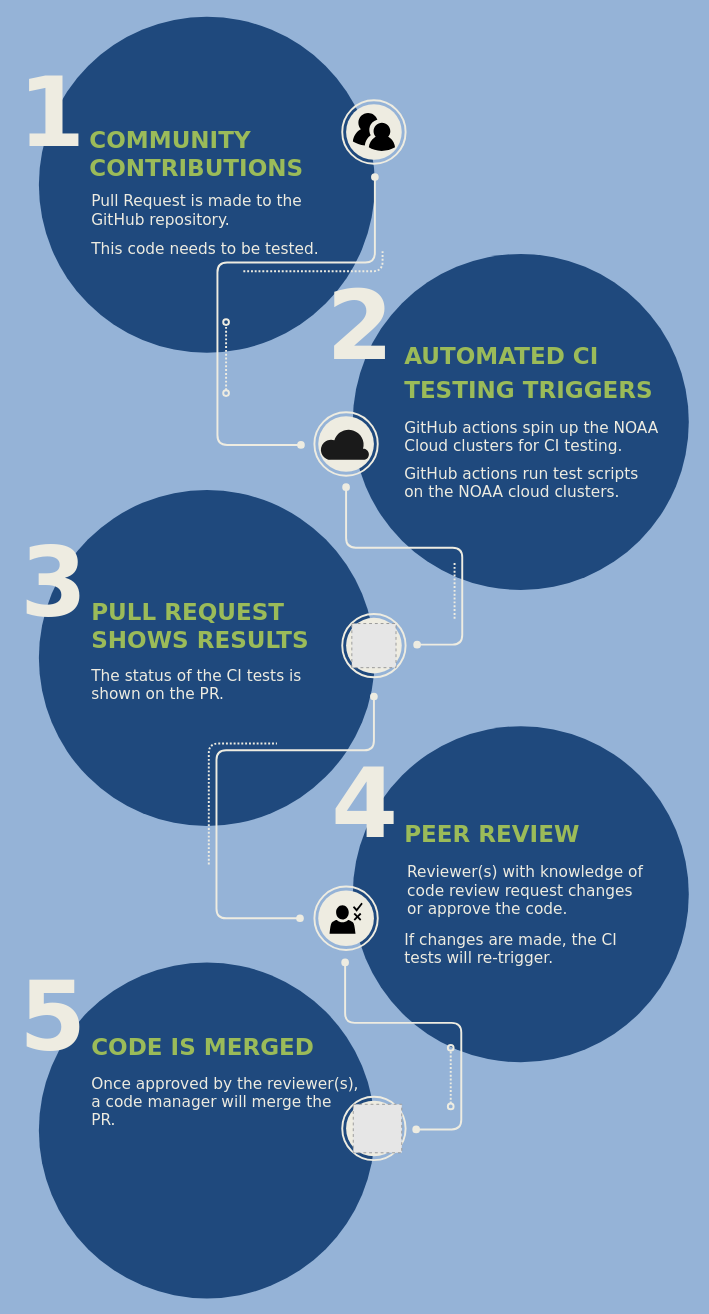
Earlier version of the draw.io diagram Flowchart1AGU22.drawio (laurenchilutti/draw_io). Source tidied: cells renumbered, new cells numbered last; positions are measured from the earlier drawing's top-left corner, leaving out a move shared by most shapes. Both pictures are drawn from the tidied source at 96%, with x=0, y=0 at pixel (16, 16). Pictures stored in the file or linked from it are replaced by grey dashed boxes.
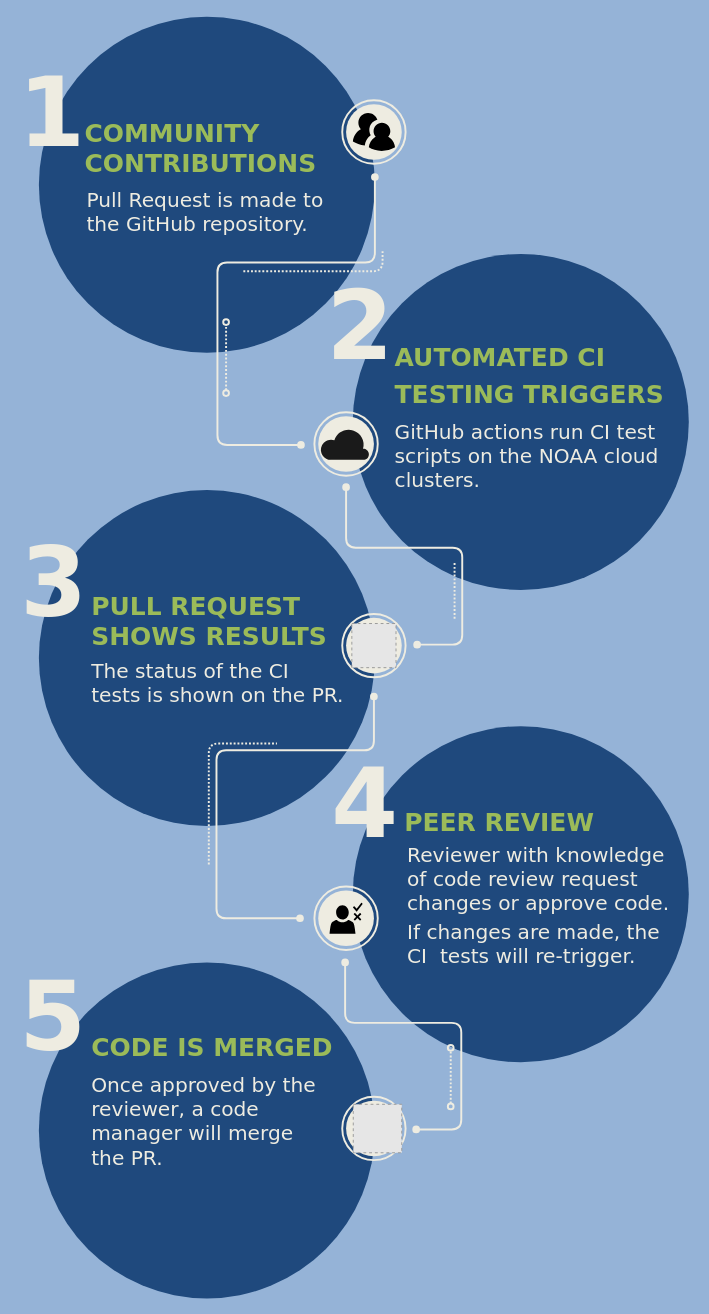
Above is the later version.

Diff of the diagram source:
```diff
@@
-    <mxCell id="7" value="COMMUNITY &lt;br&gt;CONTRIBUTIONS" style="text;align=left;verticalAlign=top;spacingTop=-4;fontSize=24;fontFamily=Verdana;fontColor=#9BBB59;fontStyle=1;html=1;overflow=fill;strokeOpacity=100;" parent="1" vertex="1">
-      <mxGeometry x="76" y="115" width="250" height="70" as="geometry" />
+    <mxCell id="7" value="&lt;font style=&quot;font-size: 26px;&quot;&gt;COMMUNITY &lt;br&gt;CONTRIBUTIONS&lt;/font&gt;" style="text;align=left;verticalAlign=top;spacingTop=-4;fontSize=24;fontFamily=Verdana;fontColor=#9BBB59;fontStyle=1;html=1;overflow=fill;strokeOpacity=100;" parent="1" vertex="1">
+      <mxGeometry x="71" y="107" width="270" height="70" as="geometry" />
     </mxCell>
@@
-    <mxCell id="13" value="&lt;div style=&quot;line-height: 120%&quot;&gt;&lt;font color=&quot;#eeece1&quot; style=&quot;line-height: 120%&quot;&gt;&lt;div&gt;This code needs to be tested.&lt;/div&gt;&lt;/font&gt;&lt;/div&gt;" style="text;align=left;verticalAlign=top;spacingTop=-4;fontSize=16;fontFamily=Verdana;fontColor=#888888;html=1;" parent="1" vertex="1">
-      <mxGeometry x="76" y="230" width="260" height="30" as="geometry" />
-    </mxCell>
-    <mxCell id="14" value="&lt;div style=&quot;line-height: 150%&quot;&gt;&lt;font color=&quot;#9bbb59&quot;&gt;AUTOMATED CI&lt;/font&gt;&lt;/div&gt;&lt;div style=&quot;line-height: 150%&quot;&gt;&lt;font color=&quot;#9bbb59&quot;&gt;TESTING TRIGGERS&lt;/font&gt;&lt;/div&gt;" style="text;html=1;align=left;verticalAlign=top;spacingTop=-4;fontSize=24;fontFamily=Verdana;fontColor=#DDDDDD;fontStyle=1;" parent="1" vertex="1">
-      <mxGeometry x="402" y="333" width="290" height="80" as="geometry" />
+    <mxCell id="14" value="&lt;div style=&quot;line-height: 150%; font-size: 26px;&quot;&gt;&lt;font style=&quot;font-size: 26px;&quot; color=&quot;#9bbb59&quot;&gt;AUTOMATED CI&lt;/font&gt;&lt;/div&gt;&lt;div style=&quot;line-height: 150%; font-size: 26px;&quot;&gt;&lt;font style=&quot;font-size: 26px;&quot; color=&quot;#9bbb59&quot;&gt;TESTING TRIGGERS&lt;/font&gt;&lt;/div&gt;" style="text;html=1;align=left;verticalAlign=top;spacingTop=-4;fontSize=24;fontFamily=Verdana;fontColor=#DDDDDD;fontStyle=1;" parent="1" vertex="1">
+      <mxGeometry x="392" y="333" width="310" height="90" as="geometry" />
     </mxCell>
-    <mxCell id="15" value="&lt;font color=&quot;#9bbb59&quot;&gt;PULL REQUEST&amp;nbsp;&lt;br&gt;SHOWS RESULTS&lt;br&gt;&lt;/font&gt;" style="text;html=1;align=left;verticalAlign=top;spacingTop=-4;fontSize=24;fontFamily=Verdana;fontColor=#DDDDDD;fontStyle=1;" parent="1" vertex="1">
-      <mxGeometry x="76" y="604" width="250" height="70" as="geometry" />
+    <mxCell id="15" value="&lt;font style=&quot;font-size: 26px;&quot; color=&quot;#9bbb59&quot;&gt;PULL REQUEST&amp;nbsp;&lt;br&gt;SHOWS RESULTS&lt;br&gt;&lt;/font&gt;" style="text;html=1;align=left;verticalAlign=top;spacingTop=-4;fontSize=24;fontFamily=Verdana;fontColor=#DDDDDD;fontStyle=1;" parent="1" vertex="1">
+      <mxGeometry x="76" y="597" width="270" height="70" as="geometry" />
     </mxCell>
-    <mxCell id="16" value="&lt;div style=&quot;line-height: 150%&quot;&gt;&lt;font color=&quot;#9bbb59&quot;&gt;PEER REVIEW&lt;/font&gt;&lt;/div&gt;" style="text;html=1;align=left;verticalAlign=top;spacingTop=-4;fontSize=24;fontFamily=Verdana;fontColor=#DDDDDD;fontStyle=1;" parent="1" vertex="1">
-      <mxGeometry x="402" y="831" width="210" height="40" as="geometry" />
+    <mxCell id="16" value="&lt;div style=&quot;line-height: 150%&quot;&gt;&lt;font style=&quot;font-size: 26px;&quot; color=&quot;#9bbb59&quot;&gt;PEER REVIEW&lt;/font&gt;&lt;/div&gt;" style="text;html=1;align=left;verticalAlign=top;spacingTop=-4;fontSize=24;fontFamily=Verdana;fontColor=#DDDDDD;fontStyle=1;" parent="1" vertex="1">
+      <mxGeometry x="402" y="819" width="230" height="40" as="geometry" />
     </mxCell>
-    <mxCell id="17" value="&lt;div style=&quot;line-height: 150%&quot;&gt;&lt;font color=&quot;#9bbb59&quot;&gt;CODE IS MERGED&lt;/font&gt;&lt;/div&gt;" style="text;html=1;align=left;verticalAlign=top;spacingTop=-4;fontSize=24;fontFamily=Verdana;fontColor=#DDDDDD;fontStyle=1;" parent="1" vertex="1">
-      <mxGeometry x="76" y="1053" width="260" height="40" as="geometry" />
+    <mxCell id="17" value="&lt;div style=&quot;line-height: 150%&quot;&gt;&lt;font style=&quot;font-size: 26px;&quot; color=&quot;#9bbb59&quot;&gt;CODE IS MERGED&lt;/font&gt;&lt;/div&gt;" style="text;html=1;align=left;verticalAlign=top;spacingTop=-4;fontSize=24;fontFamily=Verdana;fontColor=#DDDDDD;fontStyle=1;" parent="1" vertex="1">
+      <mxGeometry x="76" y="1053" width="280" height="40" as="geometry" />
     </mxCell>
-    <mxCell id="18" value="&lt;font color=&quot;#eeece1&quot;&gt;Pull Request is made to the &lt;br&gt;GitHub repository.&lt;br&gt;&lt;/font&gt;" style="text;html=1;align=left;verticalAlign=top;spacingTop=-4;fontSize=16;fontColor=#888888;fontFamily=Verdana;" parent="1" vertex="1">
-      <mxGeometry x="76" y="180" width="240" height="50" as="geometry" />
+    <mxCell id="18" value="&lt;font style=&quot;font-size: 21px;&quot; color=&quot;#eeece1&quot;&gt;Pull Request is made to&lt;br&gt;the GitHub repository.&lt;br&gt;&lt;/font&gt;" style="text;html=1;align=left;verticalAlign=top;spacingTop=-4;fontSize=16;fontColor=#888888;fontFamily=Verdana;" parent="1" vertex="1">
+      <mxGeometry x="71" y="177" width="270" height="60" as="geometry" />
     </mxCell>
-    <mxCell id="19" value="&lt;font color=&quot;#eeece1&quot;&gt;GitHub actions spin up the NOAA &lt;br&gt;Cloud clusters for CI testing.&lt;br&gt;&lt;/font&gt;" style="text;html=1;align=left;verticalAlign=top;spacingTop=-4;fontSize=16;fontColor=#888888;fontFamily=Verdana;" parent="1" vertex="1">
-      <mxGeometry x="402" y="416" width="290" height="50" as="geometry" />
-    </mxCell>
-    <mxCell id="20" value="&lt;div style=&quot;line-height: 120%&quot;&gt;&lt;font color=&quot;#eeece1&quot; style=&quot;line-height: 120%&quot;&gt;GitHub actions run test scripts&lt;/font&gt;&lt;/div&gt;&lt;div style=&quot;line-height: 120%&quot;&gt;&lt;font color=&quot;#eeece1&quot; style=&quot;line-height: 120%&quot;&gt;on the NOAA cloud clusters.&lt;/font&gt;&lt;/div&gt;" style="text;align=left;verticalAlign=top;spacingTop=-4;fontSize=16;fontFamily=Verdana;fontColor=#888888;html=1;" parent="1" vertex="1">
-      <mxGeometry x="402" y="464" width="270" height="50" as="geometry" />
+    <mxCell id="20" value="&lt;div style=&quot;line-height: 120%; font-size: 21px;&quot;&gt;&lt;font color=&quot;#eeece1&quot; style=&quot;line-height: 120%; font-size: 21px;&quot;&gt;GitHub actions run CI test&lt;/font&gt;&lt;/div&gt;&lt;div style=&quot;line-height: 120%; font-size: 21px;&quot;&gt;&lt;font color=&quot;#eeece1&quot; style=&quot;line-height: 120%; font-size: 21px;&quot;&gt;scripts&amp;nbsp;&lt;/font&gt;&lt;span style=&quot;color: rgb(238, 236, 225); background-color: initial;&quot;&gt;on the NOAA cloud&lt;/span&gt;&lt;/div&gt;&lt;div style=&quot;line-height: 120%; font-size: 21px;&quot;&gt;&lt;span style=&quot;color: rgb(238, 236, 225); background-color: initial;&quot;&gt;clusters.&lt;/span&gt;&lt;/div&gt;" style="text;align=left;verticalAlign=top;spacingTop=-4;fontSize=16;fontFamily=Verdana;fontColor=#888888;html=1;" parent="1" vertex="1">
+      <mxGeometry x="392" y="418" width="300" height="80" as="geometry" />
     </mxCell>
-    <mxCell id="21" value="&lt;font color=&quot;#eeece1&quot;&gt;The status of the CI tests is&lt;br&gt;shown on the PR.&lt;br&gt;&lt;/font&gt;" style="text;html=1;align=left;verticalAlign=top;spacingTop=-4;fontSize=16;fontColor=#888888;fontFamily=Verdana;" parent="1" vertex="1">
-      <mxGeometry x="76" y="674" width="250" height="50" as="geometry" />
+    <mxCell id="21" value="&lt;font style=&quot;font-size: 21px;&quot; color=&quot;#eeece1&quot;&gt;The status of the CI&lt;br&gt;tests is shown on the PR.&lt;br&gt;&lt;/font&gt;" style="text;html=1;align=left;verticalAlign=top;spacingTop=-4;fontSize=16;fontColor=#888888;fontFamily=Verdana;" parent="1" vertex="1">
+      <mxGeometry x="76" y="667" width="290" height="60" as="geometry" />
     </mxCell>
-    <mxCell id="22" value="&lt;font color=&quot;#eeece1&quot;&gt;Reviewer(s) with knowledge of&amp;nbsp;&lt;br&gt;code review request changes&lt;br&gt;or approve the code.&lt;br&gt;&lt;/font&gt;" style="text;html=1;align=left;verticalAlign=top;spacingTop=-4;fontSize=16;fontColor=#888888;fontFamily=Verdana;" parent="1" vertex="1">
-      <mxGeometry x="405" y="879" width="280" height="70" as="geometry" />
+    <mxCell id="22" value="&lt;font style=&quot;font-size: 21px;&quot; color=&quot;#eeece1&quot;&gt;Reviewer with knowledge&lt;br&gt;of&amp;nbsp;code review request&lt;br&gt;changes or approve code.&lt;br&gt;&lt;/font&gt;" style="text;html=1;align=left;verticalAlign=top;spacingTop=-4;fontSize=16;fontColor=#888888;fontFamily=Verdana;" parent="1" vertex="1">
+      <mxGeometry x="405" y="859" width="300" height="80" as="geometry" />
     </mxCell>
-    <mxCell id="23" value="&lt;font color=&quot;#eeece1&quot;&gt;Once approved by the reviewer(s),&lt;br&gt;a code manager will merge the&lt;br&gt;PR.&amp;nbsp;&lt;br&gt;&lt;/font&gt;" style="text;html=1;align=left;verticalAlign=top;spacingTop=-4;fontSize=16;fontColor=#888888;fontFamily=Verdana;" parent="1" vertex="1">
-      <mxGeometry x="76" y="1099" width="300" height="70" as="geometry" />
+    <mxCell id="23" value="&lt;font style=&quot;font-size: 21px;&quot; color=&quot;#eeece1&quot;&gt;Once approved by the&lt;br&gt;reviewer, a code&lt;br&gt;manager will merge&lt;br&gt;the PR.&amp;nbsp;&lt;br&gt;&lt;/font&gt;" style="text;html=1;align=left;verticalAlign=top;spacingTop=-4;fontSize=16;fontColor=#888888;fontFamily=Verdana;" parent="1" vertex="1">
+      <mxGeometry x="76" y="1099" width="260" height="110" as="geometry" />
     </mxCell>
@@
-    <mxCell id="54" value="&lt;font color=&quot;#eeece1&quot;&gt;If changes are made, the CI&amp;nbsp;&lt;br&gt;tests will re-trigger.&lt;br&gt;&lt;/font&gt;" style="text;html=1;align=left;verticalAlign=top;spacingTop=-4;fontSize=16;fontColor=#888888;fontFamily=Verdana;" parent="1" vertex="1">
-      <mxGeometry x="402" y="949" width="260" height="50" as="geometry" />
+    <mxCell id="54" value="&lt;font style=&quot;font-size: 21px;&quot; color=&quot;#eeece1&quot;&gt;If changes are made, the&lt;br&gt;CI&amp;nbsp; tests will re-trigger.&lt;br&gt;&lt;/font&gt;" style="text;html=1;align=left;verticalAlign=top;spacingTop=-4;fontSize=16;fontColor=#888888;fontFamily=Verdana;" parent="1" vertex="1">
+      <mxGeometry x="405" y="939" width="290" height="60" as="geometry" />
     </mxCell>
```
